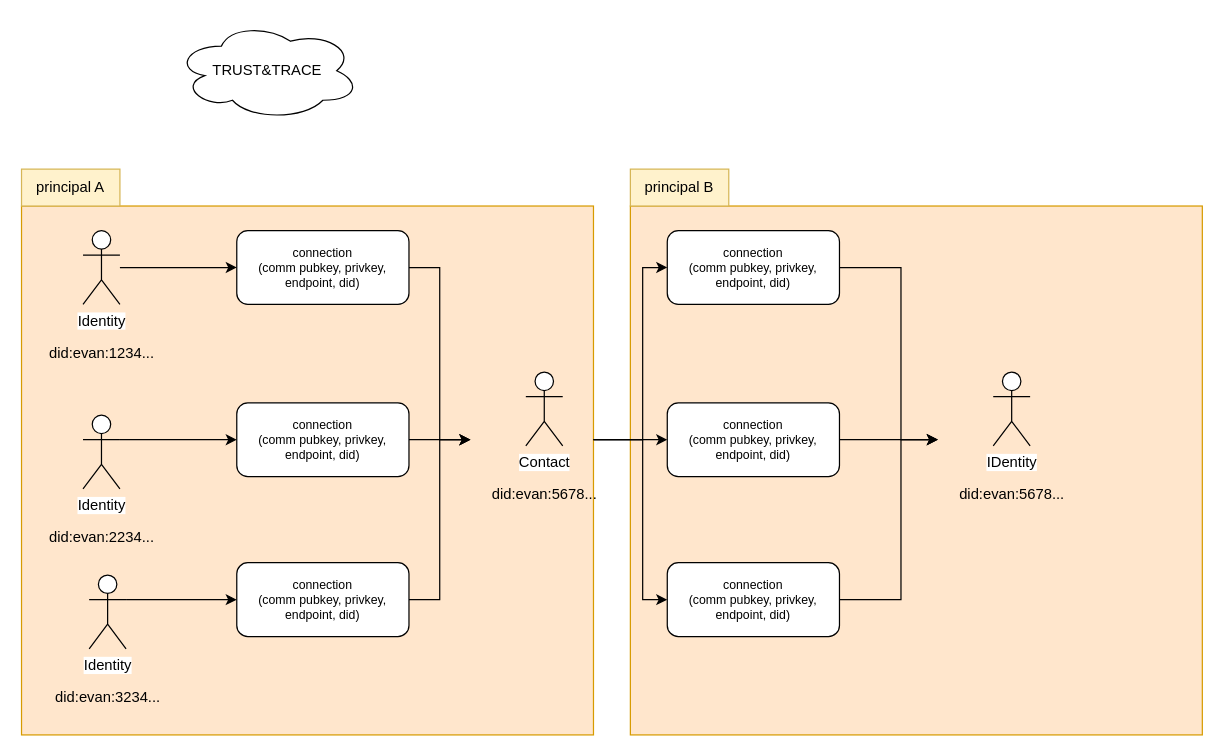
Before: page "connections" (4 of 15) of flow_diagrams.drawio in evannetwork/tnt-docs, a draw.io diagram. Source tidied: cells renumbered, new cells numbered last; positions are measured from the earlier drawing's top-left corner, leaving out a move shared by most shapes. Both pictures are drawn from the tidied source at 123%, with x=0, y=0 at pixel (21, 21).
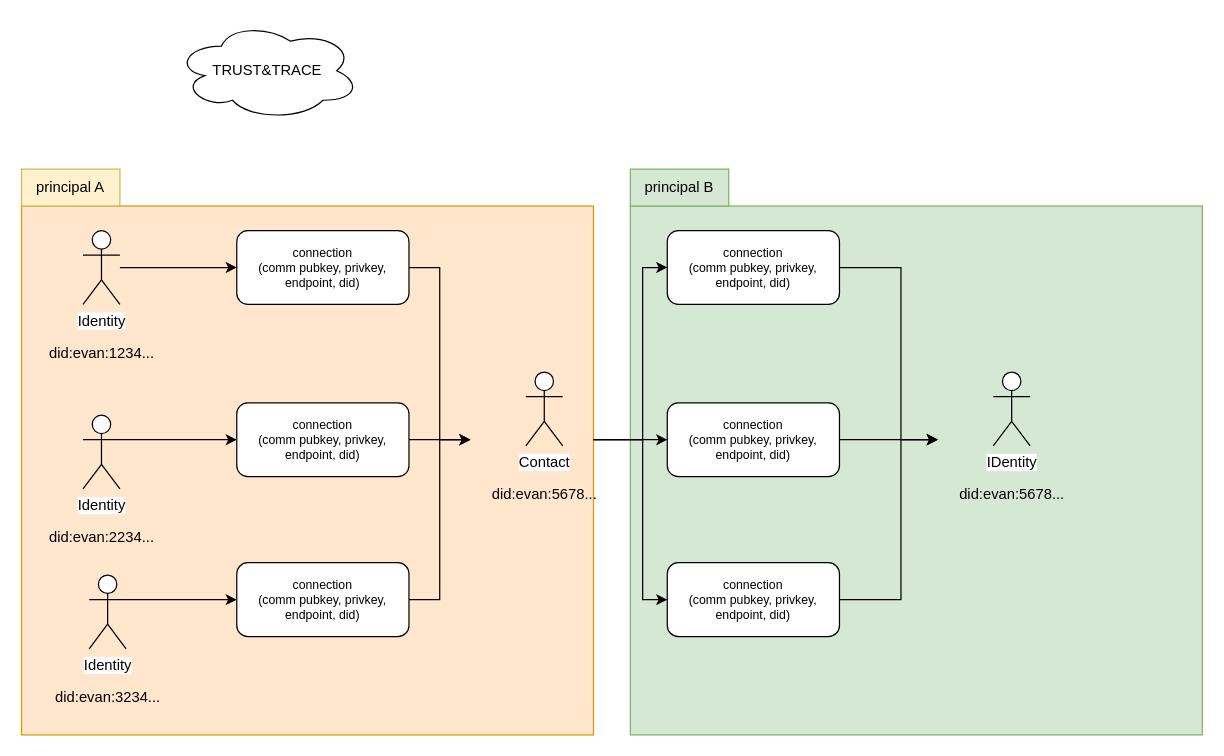
The same diagram, later.

Change to the diagram source:
```diff
@@
-    <mxCell id="14" style="rounded=0;whiteSpace=wrap;html=1;fillColor=#ffe6cc;strokeColor=#d79b00;" parent="1" vertex="1">
+    <mxCell id="14" style="rounded=0;whiteSpace=wrap;html=1;fillColor=#d5e8d4;strokeColor=#82b366;" parent="1" vertex="1">
       <mxGeometry x="495" y="150" width="465" height="430" as="geometry" />
     </mxCell>
-    <mxCell id="15" value="principal B" style="whiteSpace=wrap;html=1;fillColor=#fff2cc;strokeColor=#d6b656;" parent="1" vertex="1">
+    <mxCell id="15" value="principal B" style="whiteSpace=wrap;html=1;fillColor=#d5e8d4;strokeColor=#82b366;" parent="1" vertex="1">
       <mxGeometry x="495" y="120" width="80" height="30" as="geometry" />
     </mxCell>
```
